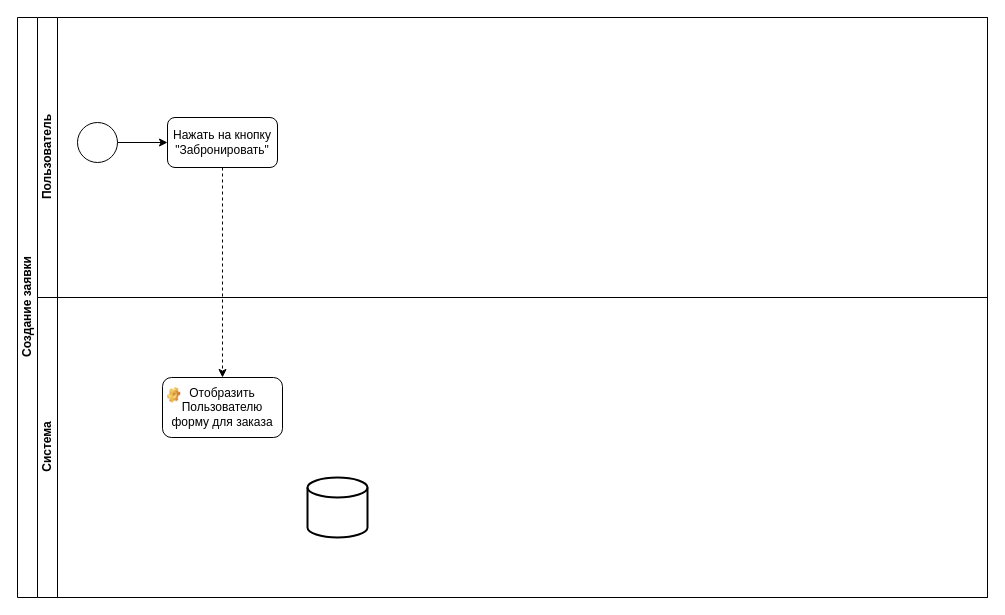
This is BPMN_study.drawio from pytonuserouner/UML_study, a draw.io file, before an edit. Source tidied: cells renumbered, new cells numbered last; positions are measured from the earlier drawing's top-left corner, leaving out a move shared by most shapes. Both pictures are drawn from the tidied source at 100%, with x=0, y=0 at pixel (17, 17).
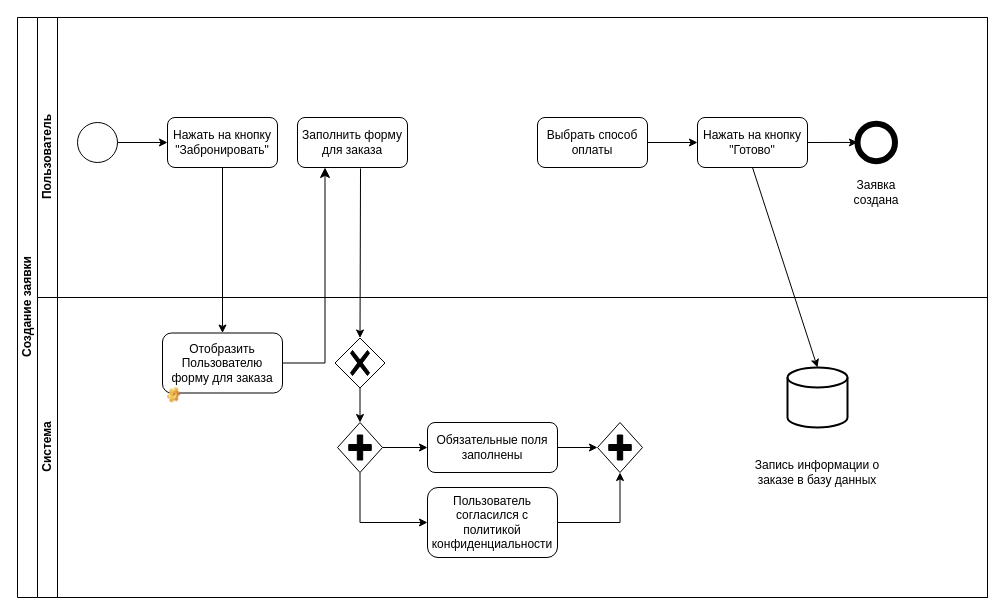
Above is the later version.

Unchanged cells that the change refers to:
```xml
<mxCell id="2" value="Создание заявки" style="swimlane;html=1;horizontal=0;startSize=20;" parent="1" vertex="1">
  <mxGeometry width="970" height="580" as="geometry" />
</mxCell>
<mxCell id="3" value="Пользователь" style="swimlane;html=1;startSize=20;horizontal=0;" parent="2" vertex="1">
  <mxGeometry x="20" width="950" height="280" as="geometry" />
</mxCell>
<mxCell id="5" value="Нажать на кнопку &quot;Забронировать&quot;" style="rounded=1;whiteSpace=wrap;html=1;" parent="3" vertex="1">
  <mxGeometry x="130" y="100" width="110" height="50" as="geometry" />
</mxCell>
<mxCell id="7" value="Система" style="swimlane;html=1;startSize=20;horizontal=0;" parent="2" vertex="1">
  <mxGeometry x="20" y="280" width="950" height="300" as="geometry" />
</mxCell>
```

Change to the diagram source:
```diff
@@
+    <mxCell id="12" value="Заполнить форму для заказа" style="rounded=1;whiteSpace=wrap;html=1;" parent="3" vertex="1">
+      <mxGeometry x="260" y="100" width="110" height="50" as="geometry" />
+    </mxCell>
+    <mxCell id="13" value="Выбрать способ оплаты" style="rounded=1;whiteSpace=wrap;html=1;" parent="3" vertex="1">
+      <mxGeometry x="500" y="100" width="110" height="50" as="geometry" />
+    </mxCell>
+    <mxCell id="14" value="Нажать на кнопку &quot;Готово&quot;" style="rounded=1;whiteSpace=wrap;html=1;" parent="3" vertex="1">
+      <mxGeometry x="660" y="100" width="110" height="50" as="geometry" />
+    </mxCell>
+    <mxCell id="15" style="endArrow=classic;html=1;rounded=0;exitX=1;exitY=0.5;exitDx=0;exitDy=0;entryX=0;entryY=0.5;entryDx=0;entryDy=0;" parent="3" edge="1" source="13" target="14">
+      <mxGeometry relative="1" as="geometry" />
+    </mxCell>
+    <mxCell id="16" style="ellipse;whiteSpace=wrap;html=1;strokeWidth=6;" parent="3" vertex="1">
+      <mxGeometry x="820" y="106.2" width="37.5" height="37.5" as="geometry" />
+    </mxCell>
+    <mxCell id="17" style="endArrow=classic;html=1;rounded=0;exitX=1;exitY=0.5;exitDx=0;exitDy=0;entryX=0;entryY=0.5;entryDx=0;entryDy=0;" parent="3" edge="1" source="14" target="16">
+      <mxGeometry relative="1" as="geometry" />
+    </mxCell>
+    <mxCell id="18" value="Заявка создана" style="text;html=1;align=center;verticalAlign=middle;whiteSpace=wrap;rounded=0;" parent="3" vertex="1">
+      <mxGeometry x="808.8" y="160" width="60" height="30" as="geometry" />
+    </mxCell>
+    <mxCell id="11" style="endArrow=classic;html=1;rounded=0;exitX=0.5;exitY=1;exitDx=0;exitDy=0;entryX=0.5;entryY=0;entryDx=0;entryDy=0;" parent="2" edge="1" source="5" target="8">
+      <mxGeometry relative="1" as="geometry" />
+    </mxCell>
+    <mxCell id="19" style="edgeStyle=segmentEdgeStyle;endArrow=classic;html=1;curved=0;rounded=0;endSize=8;startSize=8;exitX=1;exitY=0.5;exitDx=0;exitDy=0;entryX=0.25;entryY=1;entryDx=0;entryDy=0;" parent="2" edge="1" source="8" target="12">
+      <mxGeometry relative="1" as="geometry" />
+    </mxCell>
+    <mxCell id="20" style="endArrow=classic;html=1;rounded=0;exitX=0.5;exitY=1;exitDx=0;exitDy=0;entryX=0.5;entryY=0;entryDx=0;entryDy=0;entryPerimeter=0;" parent="2" edge="1" source="14" target="9">
+      <mxGeometry relative="1" as="geometry" />
+    </mxCell>
@@
     <mxCell id="8" value="Отобразить Пользователю форму для заказа" style="rounded=1;whiteSpace=wrap;html=1;" parent="7" vertex="1">
-      <mxGeometry x="125" y="80" width="120" height="60" as="geometry" />
+      <mxGeometry x="125" y="35.5" width="120" height="60" as="geometry" />
     </mxCell>
     <mxCell id="9" style="strokeWidth=2;html=1;shape=mxgraph.flowchart.database;whiteSpace=wrap;" parent="7" vertex="1">
-      <mxGeometry x="270" y="180" width="60" height="60" as="geometry" />
+      <mxGeometry x="750" y="70" width="60" height="60" as="geometry" />
     </mxCell>
@@
-    <mxCell id="11" style="endArrow=classic;html=1;rounded=0;exitX=0.5;exitY=1;exitDx=0;exitDy=0;dashed=1;entryX=0.5;entryY=0;entryDx=0;entryDy=0;" parent="2" edge="1" source="5" target="8">
-      <mxGeometry relative="1" as="geometry" />
-    </mxCell>
+    <mxCell id="21" value="Запись информации о заказе в базу данных" style="text;html=1;align=center;verticalAlign=middle;whiteSpace=wrap;rounded=0;" parent="7" vertex="1">
+      <mxGeometry x="700" y="160" width="160" height="30" as="geometry" />
+    </mxCell>
+    <mxCell id="22" style="points=[[0.25,0.25,0],[0.5,0,0],[0.75,0.25,0],[1,0.5,0],[0.75,0.75,0],[0.5,1,0],[0.25,0.75,0],[0,0.5,0]];shape=mxgraph.bpmn.gateway2;html=1;verticalLabelPosition=bottom;labelBackgroundColor=#ffffff;verticalAlign=top;align=center;perimeter=rhombusPerimeter;outlineConnect=0;outline=none;symbol=none;gwType=parallel;" parent="7" vertex="1">
+      <mxGeometry x="300" y="125" width="45" height="50" as="geometry" />
+    </mxCell>
+    <mxCell id="23" value="Обязательные поля заполнены" style="rounded=1;whiteSpace=wrap;html=1;" parent="7" vertex="1">
+      <mxGeometry x="390" y="125" width="130" height="50" as="geometry" />
+    </mxCell>
+    <mxCell id="24" style="endArrow=classic;html=1;rounded=0;entryX=0;entryY=0.5;entryDx=0;entryDy=0;exitX=1;exitY=0.5;exitDx=0;exitDy=0;exitPerimeter=0;" parent="7" edge="1" source="22" target="23">
+      <mxGeometry relative="1" as="geometry" />
+    </mxCell>
+    <mxCell id="25" value="Пользователь согласился с политикой конфиденциальности" style="rounded=1;whiteSpace=wrap;html=1;" parent="7" vertex="1">
+      <mxGeometry x="390" y="190" width="130" height="70" as="geometry" />
+    </mxCell>
+    <mxCell id="26" style="endArrow=classic;html=1;rounded=0;entryX=0;entryY=0.5;entryDx=0;entryDy=0;exitX=0.5;exitY=1;exitDx=0;exitDy=0;exitPerimeter=0;edgeStyle=orthogonalEdgeStyle;" parent="7" edge="1" source="22" target="25">
+      <mxGeometry relative="1" as="geometry" />
+    </mxCell>
+    <mxCell id="27" style="points=[[0.25,0.25,0],[0.5,0,0],[0.75,0.25,0],[1,0.5,0],[0.75,0.75,0],[0.5,1,0],[0.25,0.75,0],[0,0.5,0]];shape=mxgraph.bpmn.gateway2;html=1;verticalLabelPosition=bottom;labelBackgroundColor=#ffffff;verticalAlign=top;align=center;perimeter=rhombusPerimeter;outlineConnect=0;outline=none;symbol=none;gwType=exclusive;" parent="7" vertex="1">
+      <mxGeometry x="297.5" y="40.5" width="50" height="50" as="geometry" />
+    </mxCell>
+    <mxCell id="28" style="endArrow=classic;html=1;rounded=0;exitX=0.5;exitY=1;exitDx=0;exitDy=0;exitPerimeter=0;entryX=0.5;entryY=0;entryDx=0;entryDy=0;entryPerimeter=0;" parent="7" edge="1" source="27" target="22">
+      <mxGeometry relative="1" as="geometry" />
+    </mxCell>
+    <mxCell id="29" style="points=[[0.25,0.25,0],[0.5,0,0],[0.75,0.25,0],[1,0.5,0],[0.75,0.75,0],[0.5,1,0],[0.25,0.75,0],[0,0.5,0]];shape=mxgraph.bpmn.gateway2;html=1;verticalLabelPosition=bottom;labelBackgroundColor=#ffffff;verticalAlign=top;align=center;perimeter=rhombusPerimeter;outlineConnect=0;outline=none;symbol=none;gwType=parallel;" parent="7" vertex="1">
+      <mxGeometry x="560" y="125" width="45" height="50" as="geometry" />
+    </mxCell>
+    <mxCell id="30" style="endArrow=classic;html=1;rounded=0;exitX=1;exitY=0.5;exitDx=0;exitDy=0;entryX=0;entryY=0.5;entryDx=0;entryDy=0;entryPerimeter=0;" parent="7" edge="1" source="23" target="29">
+      <mxGeometry relative="1" as="geometry" />
+    </mxCell>
+    <mxCell id="31" style="endArrow=classic;html=1;rounded=0;exitX=1;exitY=0.5;exitDx=0;exitDy=0;entryX=0.5;entryY=1;entryDx=0;entryDy=0;entryPerimeter=0;edgeStyle=orthogonalEdgeStyle;" parent="7" edge="1" source="25" target="29">
+      <mxGeometry relative="1" as="geometry" />
+    </mxCell>
+    <mxCell id="32" style="endArrow=classic;html=1;rounded=0;exitX=0.573;exitY=1.02;exitDx=0;exitDy=0;exitPerimeter=0;entryX=0.5;entryY=0;entryDx=0;entryDy=0;entryPerimeter=0;" parent="2" edge="1" source="12" target="27">
+      <mxGeometry relative="1" as="geometry" />
+    </mxCell>
```
